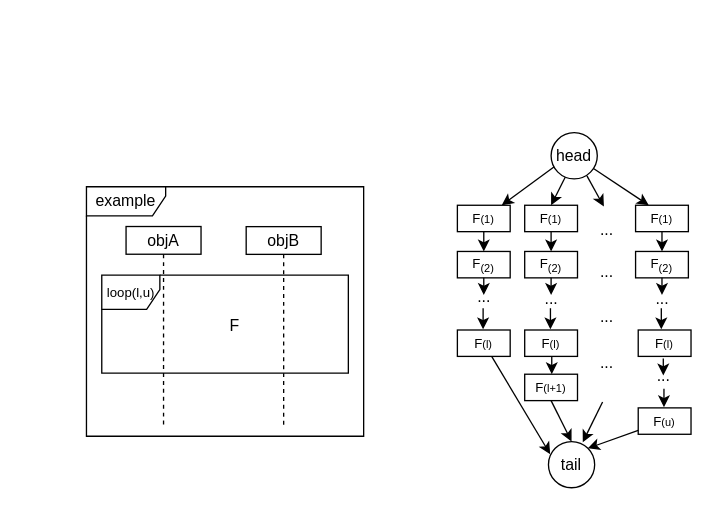
Before: loop.drawio in ShiYufei0708/draw, a draw.io diagram. Source tidied: cells renumbered, new cells numbered last; positions are measured from the earlier drawing's top-left corner, leaving out a move shared by most shapes. Both pictures are drawn from the tidied source at 132%, with x=0, y=0 at pixel (86, 132).
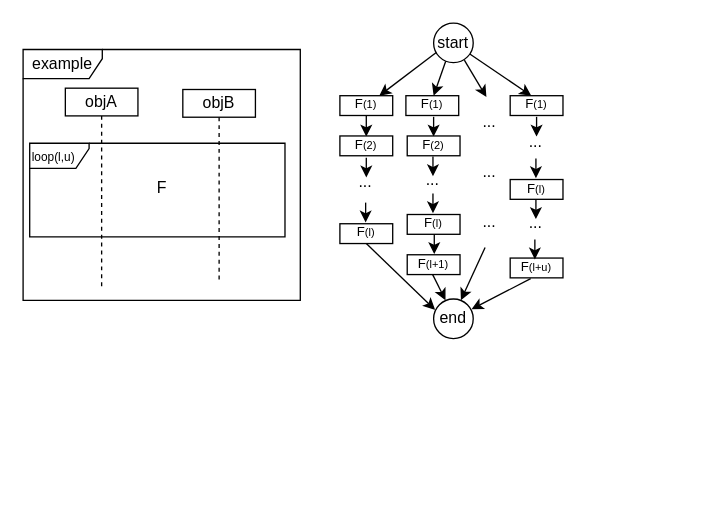
After the change.

The edit, as a diff of the source:
```diff
@@
     <mxCell id="3" style="rounded=0;jettySize=auto;html=1;exitX=0.776;exitY=0.934;exitDx=0;exitDy=0;exitPerimeter=0;" parent="1" edge="1" source="6">
       <mxGeometry relative="1" as="geometry">
-        <mxPoint x="392" y="56" as="targetPoint" />
+        <mxPoint x="303" y="-27" as="targetPoint" />
       </mxGeometry>
     </mxCell>
-    <mxCell id="4" style="rounded=0;jettySize=auto;html=1;exitX=0.305;exitY=0.964;exitDx=0;exitDy=0;entryX=0.5;entryY=0;entryDx=0;entryDy=0;exitPerimeter=0;" parent="1" edge="1" source="6" target="23">
-      <mxGeometry relative="1" as="geometry" />
+    <mxCell id="4" style="rounded=0;jettySize=auto;html=1;exitX=0.305;exitY=0.964;exitDx=0;exitDy=0;entryX=0.5;entryY=0;entryDx=0;entryDy=0;exitPerimeter=0;" parent="1" edge="1" source="6">
+      <mxGeometry relative="1" as="geometry">
+        <mxPoint x="263" y="-28" as="targetPoint" />
+      </mxGeometry>
     </mxCell>
-    <mxCell id="5" style="rounded=0;jettySize=auto;html=1;entryX=0.25;entryY=0;entryDx=0;entryDy=0;" parent="1" edge="1" source="6" target="32">
-      <mxGeometry relative="1" as="geometry" />
+    <mxCell id="5" style="rounded=0;jettySize=auto;html=1;entryX=0.25;entryY=0;entryDx=0;entryDy=0;" parent="1" edge="1" source="6">
+      <mxGeometry relative="1" as="geometry">
+        <mxPoint x="337" y="-28" as="targetPoint" />
+      </mxGeometry>
     </mxCell>
-    <mxCell id="6" value="head" style="ellipse;whiteSpace=wrap;html=1;" parent="1" vertex="1">
-      <mxGeometry x="352" width="35" height="35" as="geometry" />
+    <mxCell id="6" value="start" style="ellipse;whiteSpace=wrap;html=1;" parent="1" vertex="1">
+      <mxGeometry x="263" y="-83" width="30" height="30" as="geometry" />
     </mxCell>
-    <mxCell id="7" value="tail" style="ellipse;whiteSpace=wrap;html=1;" parent="1" vertex="1">
-      <mxGeometry x="350" y="234" width="35" height="35" as="geometry" />
+    <mxCell id="7" value="end" style="ellipse;whiteSpace=wrap;html=1;" parent="1" vertex="1">
+      <mxGeometry x="263" y="126" width="30" height="30" as="geometry" />
     </mxCell>
-    <mxCell id="8" style="edgeStyle=orthogonalEdgeStyle;rounded=0;jettySize=auto;html=1;exitX=0.5;exitY=1;exitDx=0;exitDy=0;entryX=0.5;entryY=0;entryDx=0;entryDy=0;" parent="1" edge="1" source="9" target="17">
-      <mxGeometry relative="1" as="geometry" />
+    <mxCell id="8" style="edgeStyle=orthogonalEdgeStyle;rounded=0;jettySize=auto;html=1;exitX=0.5;exitY=1;exitDx=0;exitDy=0;entryX=0.5;entryY=0;entryDx=0;entryDy=0;" parent="1" edge="1" source="9">
+      <mxGeometry relative="1" as="geometry">
+        <mxPoint x="212" y="3" as="targetPoint" />
+      </mxGeometry>
     </mxCell>
-    <mxCell id="9" value="&lt;span style=&quot;font-size: 10px;&quot;&gt;F&lt;/span&gt;&lt;span style=&quot;font-size: 8.33333px;&quot;&gt;(1)&lt;/span&gt;" style="rounded=0;whiteSpace=wrap;html=1;" parent="1" vertex="1">
-      <mxGeometry x="281" y="55" width="40" height="20" as="geometry" />
+    <mxCell id="9" value="&lt;span style=&quot;font-size: 10px;&quot;&gt;F&lt;/span&gt;&lt;span style=&quot;font-size: 8.33333px;&quot;&gt;(1)&lt;/span&gt;" style="rounded=0;whiteSpace=wrap;html=1;verticalAlign=bottom;" parent="1" vertex="1">
+      <mxGeometry x="192" y="-28" width="40" height="15" as="geometry" />
     </mxCell>
-    <mxCell id="10" style="rounded=0;jettySize=auto;html=1;entryX=0.5;entryY=0;entryDx=0;entryDy=0;exitX=0.5;exitY=1;exitDx=0;exitDy=0;" parent="1" edge="1" source="29" target="7">
-      <mxGeometry relative="1" as="geometry" />
+    <mxCell id="10" style="rounded=0;orthogonalLoop=1;jettySize=auto;html=1;" parent="1" edge="1">
+      <mxGeometry relative="1" as="geometry">
+        <mxPoint x="262" y="107" as="sourcePoint" />
+        <mxPoint x="272" y="127" as="targetPoint" />
+      </mxGeometry>
     </mxCell>
     <mxCell id="11" style="group;" parent="1" vertex="1">
-      <mxGeometry y="41" width="210" height="189" as="geometry" />
+      <mxGeometry x="-48" y="-63" width="210" height="190" as="geometry" />
     </mxCell>
     <mxCell id="12" value="objA" style="shape=umlLifeline;perimeter=lifelinePerimeter;whiteSpace=wrap;html=1;newEdgeStyle={&quot;curved&quot;:0,&quot;rounded&quot;:0};size=21;" parent="11" vertex="1">
-      <mxGeometry x="30" y="30.1" width="56.8" height="150.1" as="geometry" />
+      <mxGeometry x="32" y="29.3" width="55" height="150.9" as="geometry" />
     </mxCell>
-    <mxCell id="13" value="&lt;font style=&quot;font-size: 10px;&quot;&gt;loop(l,u)&lt;/font&gt;" style="shape=umlFrame;whiteSpace=wrap;html=1;width=44;height=26;" parent="11" vertex="1">
-      <mxGeometry x="11.6" y="66.9" width="186.8" height="74.3" as="geometry" />
+    <mxCell id="13" value="&lt;font style=&quot;font-size: 9px;&quot;&gt;loop(l,u)&lt;/font&gt;" style="shape=umlFrame;whiteSpace=wrap;html=1;width=45;height=19;fillColor=default;align=left;" parent="11" vertex="1">
+      <mxGeometry x="5" y="71" width="193.4" height="71" as="geometry" />
     </mxCell>
     <mxCell id="14" value="example" style="shape=umlFrame;whiteSpace=wrap;html=1;width=60;height=22;" parent="11" vertex="1">
-      <mxGeometry width="210" height="189" as="geometry" />
+      <mxGeometry width="210" height="190" as="geometry" />
     </mxCell>
     <mxCell id="15" value="F" style="text;html=1;align=center;verticalAlign=middle;strokeColor=none;fillColor=none;" parent="11" vertex="1">
-      <mxGeometry x="99" y="92.7" width="25" height="26" as="geometry" />
+      <mxGeometry x="92.5" y="91.5" width="25" height="26" as="geometry" />
     </mxCell>
     <mxCell id="16" value="objB" style="shape=umlLifeline;perimeter=lifelinePerimeter;whiteSpace=wrap;html=1;newEdgeStyle={&quot;curved&quot;:0,&quot;rounded&quot;:0};size=21;" parent="11" vertex="1">
-      <mxGeometry x="121" y="30.2" width="56.8" height="150.1" as="geometry" />
+      <mxGeometry x="121" y="30.3" width="55" height="146.3" as="geometry" />
     </mxCell>
-    <mxCell id="17" value="F&lt;sub&gt;(2)&lt;/sub&gt;" style="rounded=0;whiteSpace=wrap;html=1;fontSize=10;" parent="1" vertex="1">
-      <mxGeometry x="281" y="90" width="40" height="20" as="geometry" />
-    </mxCell>
     <mxCell id="18" style="edgeStyle=orthogonalEdgeStyle;rounded=0;orthogonalLoop=1;jettySize=auto;html=1;exitX=0.5;exitY=1;exitDx=0;exitDy=0;" parent="1" edge="1">
       <mxGeometry relative="1" as="geometry">
-        <mxPoint x="300.5" y="133" as="sourcePoint" />
-        <mxPoint x="300.5" y="149" as="targetPoint" />
+        <mxPoint x="211.5" y="53" as="sourcePoint" />
+        <mxPoint x="211.5" y="68" as="targetPoint" />
       </mxGeometry>
     </mxCell>
-    <mxCell id="19" style="rounded=0;jettySize=auto;html=1;exitX=0.5;exitY=1;exitDx=0;exitDy=0;" parent="1" edge="1" source="17">
+    <mxCell id="19" style="rounded=0;orthogonalLoop=1;jettySize=auto;html=1;exitX=0.5;exitY=1;exitDx=0;exitDy=0;" parent="1" edge="1">
       <mxGeometry relative="1" as="geometry">
-        <mxPoint x="301" y="123" as="targetPoint" />
+        <mxPoint x="212" y="19" as="sourcePoint" />
+        <mxPoint x="212" y="34" as="targetPoint" />
       </mxGeometry>
     </mxCell>
-    <mxCell id="20" style="rounded=0;jettySize=auto;html=1;entryX=0.037;entryY=0.274;entryDx=0;entryDy=0;entryPerimeter=0;" parent="1" edge="1" source="21" target="7">
+    <mxCell id="20" style="rounded=0;jettySize=auto;html=1;entryX=0.037;entryY=0.274;entryDx=0;entryDy=0;entryPerimeter=0;exitX=0.5;exitY=1;exitDx=0;exitDy=0;" parent="1" edge="1" source="52" target="7">
       <mxGeometry relative="1" as="geometry" />
     </mxCell>
-    <mxCell id="21" value="&lt;span style=&quot;font-size: 10px;&quot;&gt;F&lt;/span&gt;&lt;span style=&quot;font-size: 8.33333px;&quot;&gt;(l)&lt;/span&gt;" style="rounded=0;whiteSpace=wrap;html=1;" parent="1" vertex="1">
-      <mxGeometry x="281" y="149.5" width="40" height="20" as="geometry" />
-    </mxCell>
-    <mxCell id="22" style="edgeStyle=orthogonalEdgeStyle;rounded=0;jettySize=auto;html=1;exitX=0.5;exitY=1;exitDx=0;exitDy=0;entryX=0.5;entryY=0;entryDx=0;entryDy=0;" parent="1" edge="1" source="23" target="24">
-      <mxGeometry relative="1" as="geometry" />
+    <mxCell id="22" style="edgeStyle=orthogonalEdgeStyle;rounded=0;orthogonalLoop=1;jettySize=auto;html=1;exitX=0.5;exitY=1;exitDx=0;exitDy=0;entryX=0.5;entryY=0;entryDx=0;entryDy=0;" parent="1" edge="1">
+      <mxGeometry relative="1" as="geometry">
+        <mxPoint x="263" y="-12" as="sourcePoint" />
+        <mxPoint x="263" y="3" as="targetPoint" />
+      </mxGeometry>
     </mxCell>
-    <mxCell id="23" value="&lt;span style=&quot;font-size: 10px;&quot;&gt;F&lt;/span&gt;&lt;span style=&quot;font-size: 8.33333px;&quot;&gt;(1)&lt;/span&gt;" style="rounded=0;whiteSpace=wrap;html=1;" parent="1" vertex="1">
-      <mxGeometry x="332" y="55" width="40" height="20" as="geometry" />
-    </mxCell>
-    <mxCell id="24" value="F&lt;sub&gt;(2)&lt;/sub&gt;" style="rounded=0;whiteSpace=wrap;html=1;fontSize=10;" parent="1" vertex="1">
-      <mxGeometry x="332" y="90" width="40" height="20" as="geometry" />
-    </mxCell>
     <mxCell id="25" style="edgeStyle=orthogonalEdgeStyle;rounded=0;orthogonalLoop=1;jettySize=auto;html=1;exitX=0.5;exitY=1;exitDx=0;exitDy=0;" parent="1" edge="1">
       <mxGeometry relative="1" as="geometry">
-        <mxPoint x="351.5" y="133" as="sourcePoint" />
-        <mxPoint x="351.5" y="149" as="targetPoint" />
+        <mxPoint x="262.5" y="18" as="sourcePoint" />
+        <mxPoint x="262.5" y="33" as="targetPoint" />
       </mxGeometry>
     </mxCell>
-    <mxCell id="26" style="rounded=0;jettySize=auto;html=1;exitX=0.5;exitY=1;exitDx=0;exitDy=0;" parent="1" edge="1" source="24">
-      <mxGeometry relative="1" as="geometry">
-        <mxPoint x="352" y="123" as="targetPoint" />
-      </mxGeometry>
-    </mxCell>
-    <mxCell id="27" value="&lt;span style=&quot;font-size: 10px;&quot;&gt;F&lt;/span&gt;&lt;span style=&quot;font-size: 8.33333px;&quot;&gt;(l)&lt;/span&gt;" style="rounded=0;whiteSpace=wrap;html=1;" parent="1" vertex="1">
-      <mxGeometry x="332" y="149.5" width="40" height="20" as="geometry" />
-    </mxCell>
     <mxCell id="28" style="edgeStyle=orthogonalEdgeStyle;rounded=0;orthogonalLoop=1;jettySize=auto;html=1;exitX=0.5;exitY=1;exitDx=0;exitDy=0;" parent="1" edge="1">
       <mxGeometry relative="1" as="geometry">
-        <mxPoint x="352.5" y="169.5" as="sourcePoint" />
-        <mxPoint x="352.5" y="183" as="targetPoint" />
+        <mxPoint x="263.5" y="76" as="sourcePoint" />
+        <mxPoint x="263.5" y="92" as="targetPoint" />
       </mxGeometry>
     </mxCell>
-    <mxCell id="29" value="&lt;span style=&quot;font-size: 10px;&quot;&gt;F&lt;/span&gt;&lt;span style=&quot;font-size: 8.33333px;&quot;&gt;(l+1)&lt;/span&gt;" style="rounded=0;whiteSpace=wrap;html=1;" parent="1" vertex="1">
-      <mxGeometry x="332" y="183" width="40" height="20" as="geometry" />
-    </mxCell>
     <mxCell id="30" value="..." style="text;html=1;align=center;verticalAlign=middle;strokeColor=none;fillColor=none;" parent="1" vertex="1">
-      <mxGeometry x="380" y="61" width="28" height="26" as="geometry" />
+      <mxGeometry x="291" y="-21" width="28" height="26" as="geometry" />
     </mxCell>
-    <mxCell id="31" style="edgeStyle=orthogonalEdgeStyle;rounded=0;jettySize=auto;html=1;exitX=0.5;exitY=1;exitDx=0;exitDy=0;entryX=0.5;entryY=0;entryDx=0;entryDy=0;" parent="1" edge="1" source="32" target="33">
-      <mxGeometry relative="1" as="geometry" />
-    </mxCell>
-    <mxCell id="32" value="&lt;span style=&quot;font-size: 10px;&quot;&gt;F&lt;/span&gt;&lt;span style=&quot;font-size: 8.33333px;&quot;&gt;(1)&lt;/span&gt;" style="rounded=0;whiteSpace=wrap;html=1;" parent="1" vertex="1">
-      <mxGeometry x="416" y="55" width="40" height="20" as="geometry" />
-    </mxCell>
-    <mxCell id="33" value="F&lt;sub&gt;(2)&lt;/sub&gt;" style="rounded=0;whiteSpace=wrap;html=1;fontSize=10;" parent="1" vertex="1">
-      <mxGeometry x="416" y="90" width="40" height="20" as="geometry" />
-    </mxCell>
-    <mxCell id="34" style="edgeStyle=orthogonalEdgeStyle;rounded=0;orthogonalLoop=1;jettySize=auto;html=1;exitX=0.5;exitY=1;exitDx=0;exitDy=0;" parent="1" edge="1">
-      <mxGeometry relative="1" as="geometry">
-        <mxPoint x="435.5" y="133" as="sourcePoint" />
-        <mxPoint x="435.5" y="149" as="targetPoint" />
-      </mxGeometry>
-    </mxCell>
-    <mxCell id="35" style="rounded=0;jettySize=auto;html=1;exitX=0.5;exitY=1;exitDx=0;exitDy=0;" parent="1" edge="1" source="33">
-      <mxGeometry relative="1" as="geometry">
-        <mxPoint x="436" y="123" as="targetPoint" />
-      </mxGeometry>
-    </mxCell>
-    <mxCell id="36" value="&lt;span style=&quot;font-size: 10px;&quot;&gt;F&lt;/span&gt;&lt;span style=&quot;font-size: 8.33333px;&quot;&gt;(l)&lt;/span&gt;" style="rounded=0;whiteSpace=wrap;html=1;" parent="1" vertex="1">
-      <mxGeometry x="418" y="149.5" width="40" height="20" as="geometry" />
-    </mxCell>
-    <mxCell id="37" style="edgeStyle=orthogonalEdgeStyle;rounded=0;orthogonalLoop=1;jettySize=auto;html=1;exitX=0.5;exitY=1;exitDx=0;exitDy=0;" parent="1" edge="1">
-      <mxGeometry relative="1" as="geometry">
-        <mxPoint x="437.5" y="194" as="sourcePoint" />
-        <mxPoint x="437.5" y="208" as="targetPoint" />
-      </mxGeometry>
-    </mxCell>
-    <mxCell id="38" value="&lt;span style=&quot;font-size: 10px;&quot;&gt;F&lt;/span&gt;&lt;span style=&quot;font-size: 8.33333px;&quot;&gt;(u)&lt;/span&gt;" style="rounded=0;whiteSpace=wrap;html=1;" parent="1" vertex="1">
-      <mxGeometry x="418" y="208.5" width="40" height="20" as="geometry" />
-    </mxCell>
-    <mxCell id="39" value="..." style="text;html=1;align=center;verticalAlign=middle;strokeColor=none;fillColor=none;" parent="1" vertex="1">
-      <mxGeometry x="423" y="172" width="28" height="26" as="geometry" />
-    </mxCell>
-    <mxCell id="40" style="rounded=0;orthogonalLoop=1;jettySize=auto;html=1;exitX=0.5;exitY=1;exitDx=0;exitDy=0;jumpSize=11;" parent="1" edge="1">
-      <mxGeometry relative="1" as="geometry">
-        <mxPoint x="437" y="171" as="sourcePoint" />
-        <mxPoint x="437" y="184" as="targetPoint" />
-      </mxGeometry>
-    </mxCell>
     <mxCell id="41" value="..." style="text;html=1;align=center;verticalAlign=middle;strokeColor=none;fillColor=none;" parent="1" vertex="1">
-      <mxGeometry x="380" y="93" width="28" height="26" as="geometry" />
+      <mxGeometry x="291" y="17" width="28" height="26" as="geometry" />
     </mxCell>
     <mxCell id="42" value="..." style="text;html=1;align=center;verticalAlign=middle;strokeColor=none;fillColor=none;" parent="1" vertex="1">
-      <mxGeometry x="380" y="127" width="28" height="26" as="geometry" />
+      <mxGeometry x="291" y="55" width="28" height="26" as="geometry" />
     </mxCell>
-    <mxCell id="43" style="rounded=0;jettySize=auto;html=1;entryX=1;entryY=0;entryDx=0;entryDy=0;" parent="1" edge="1" source="38" target="7">
+    <mxCell id="43" style="rounded=0;jettySize=auto;html=1;entryX=0.956;entryY=0.259;entryDx=0;entryDy=0;exitX=0.388;exitY=1.041;exitDx=0;exitDy=0;exitPerimeter=0;entryPerimeter=0;" parent="1" edge="1" source="60" target="7">
       <mxGeometry relative="1" as="geometry" />
     </mxCell>
     <mxCell id="44" value="..." style="text;html=1;align=center;verticalAlign=middle;strokeColor=none;fillColor=none;" parent="1" vertex="1">
-      <mxGeometry x="287" y="112" width="28" height="26" as="geometry" />
+      <mxGeometry x="197" y="25" width="28" height="26" as="geometry" />
     </mxCell>
-    <mxCell id="45" value="..." style="text;html=1;align=center;verticalAlign=middle;strokeColor=none;fillColor=none;" parent="1" vertex="1">
-      <mxGeometry x="338" y="113" width="28" height="26" as="geometry" />
-    </mxCell>
-    <mxCell id="46" value="..." style="text;html=1;align=center;verticalAlign=middle;strokeColor=none;fillColor=none;" parent="1" vertex="1">
-      <mxGeometry x="422" y="113" width="28" height="26" as="geometry" />
-    </mxCell>
-    <mxCell id="47" style="rounded=0;orthogonalLoop=1;jettySize=auto;html=1;" parent="1" edge="1">
+    <mxCell id="47" style="rounded=0;jettySize=auto;html=1;entryX=0.689;entryY=0.03;entryDx=0;entryDy=0;entryPerimeter=0;" parent="1" edge="1" target="7">
       <mxGeometry relative="1" as="geometry">
-        <mxPoint x="391" y="204" as="sourcePoint" />
-        <mxPoint x="376" y="234.5" as="targetPoint" />
+        <mxPoint x="302" y="87" as="sourcePoint" />
       </mxGeometry>
     </mxCell>
-    <mxCell id="48" value="..." style="text;html=1;align=center;verticalAlign=middle;strokeColor=none;fillColor=none;" parent="1" vertex="1">
-      <mxGeometry x="380" y="162" width="28" height="26" as="geometry" />
-    </mxCell>
+    <mxCell id="49" value="..." style="text;html=1;align=center;verticalAlign=middle;strokeColor=none;fillColor=none;" parent="1" vertex="1">
+      <mxGeometry x="248" y="23" width="28" height="26" as="geometry" />
+    </mxCell>
+    <mxCell id="50" value="&lt;span style=&quot;font-size: 10px;&quot;&gt;F&lt;/span&gt;&lt;span style=&quot;font-size: 8.33333px;&quot;&gt;(1)&lt;/span&gt;" style="rounded=0;whiteSpace=wrap;html=1;verticalAlign=bottom;" parent="1" vertex="1">
+      <mxGeometry x="242" y="-28" width="40" height="15" as="geometry" />
+    </mxCell>
+    <mxCell id="51" value="&lt;span style=&quot;font-size: 10px;&quot;&gt;F&lt;/span&gt;&lt;span style=&quot;font-size: 8.33333px;&quot;&gt;(2)&lt;/span&gt;" style="rounded=0;whiteSpace=wrap;html=1;verticalAlign=bottom;" parent="1" vertex="1">
+      <mxGeometry x="192" y="2.5" width="40" height="15" as="geometry" />
+    </mxCell>
+    <mxCell id="52" value="&lt;span style=&quot;font-size: 10px;&quot;&gt;F&lt;/span&gt;&lt;span style=&quot;font-size: 8.33333px;&quot;&gt;(l)&lt;/span&gt;" style="rounded=0;whiteSpace=wrap;html=1;verticalAlign=bottom;" parent="1" vertex="1">
+      <mxGeometry x="192" y="69" width="40" height="15" as="geometry" />
+    </mxCell>
+    <mxCell id="53" value="&lt;span style=&quot;font-size: 10px;&quot;&gt;F&lt;/span&gt;&lt;span style=&quot;font-size: 8.33333px;&quot;&gt;(2)&lt;/span&gt;" style="rounded=0;whiteSpace=wrap;html=1;verticalAlign=bottom;" parent="1" vertex="1">
+      <mxGeometry x="243" y="2.5" width="40" height="15" as="geometry" />
+    </mxCell>
+    <mxCell id="54" value="&lt;span style=&quot;font-size: 10px;&quot;&gt;F&lt;/span&gt;&lt;span style=&quot;font-size: 8.33333px;&quot;&gt;(l)&lt;/span&gt;" style="rounded=0;whiteSpace=wrap;html=1;verticalAlign=bottom;" parent="1" vertex="1">
+      <mxGeometry x="243" y="62" width="40" height="15" as="geometry" />
+    </mxCell>
+    <mxCell id="29" value="&lt;span style=&quot;font-size: 10px;&quot;&gt;F&lt;/span&gt;&lt;span style=&quot;font-size: 8.33333px;&quot;&gt;(l+1)&lt;/span&gt;" style="rounded=0;whiteSpace=wrap;html=1;verticalAlign=bottom;" parent="1" vertex="1">
+      <mxGeometry x="243" y="92.5" width="40" height="15" as="geometry" />
+    </mxCell>
+    <mxCell id="55" style="edgeStyle=orthogonalEdgeStyle;rounded=0;orthogonalLoop=1;jettySize=auto;html=1;exitX=0.5;exitY=1;exitDx=0;exitDy=0;" parent="1" edge="1">
+      <mxGeometry relative="1" as="geometry">
+        <mxPoint x="262.5" y="46" as="sourcePoint" />
+        <mxPoint x="262.5" y="61" as="targetPoint" />
+      </mxGeometry>
+    </mxCell>
+    <mxCell id="56" value="&lt;span style=&quot;font-size: 10px;&quot;&gt;F&lt;/span&gt;&lt;span style=&quot;font-size: 8.33333px;&quot;&gt;(1)&lt;/span&gt;" style="rounded=0;whiteSpace=wrap;html=1;verticalAlign=bottom;" parent="1" vertex="1">
+      <mxGeometry x="321" y="-28" width="40" height="15" as="geometry" />
+    </mxCell>
+    <mxCell id="57" style="edgeStyle=orthogonalEdgeStyle;rounded=0;orthogonalLoop=1;jettySize=auto;html=1;exitX=0.5;exitY=1;exitDx=0;exitDy=0;entryX=0.5;entryY=0;entryDx=0;entryDy=0;" parent="1" edge="1">
+      <mxGeometry relative="1" as="geometry">
+        <mxPoint x="341" y="-12" as="sourcePoint" />
+        <mxPoint x="341" y="3" as="targetPoint" />
+      </mxGeometry>
+    </mxCell>
+    <mxCell id="58" style="edgeStyle=orthogonalEdgeStyle;rounded=0;orthogonalLoop=1;jettySize=auto;html=1;exitX=0.5;exitY=1;exitDx=0;exitDy=0;" parent="1" edge="1">
+      <mxGeometry relative="1" as="geometry">
+        <mxPoint x="340.5" y="49.5" as="sourcePoint" />
+        <mxPoint x="340.5" y="65.5" as="targetPoint" />
+      </mxGeometry>
+    </mxCell>
+    <mxCell id="59" value="&lt;span style=&quot;font-size: 10px;&quot;&gt;F&lt;/span&gt;&lt;span style=&quot;font-size: 8.33333px;&quot;&gt;(l)&lt;/span&gt;" style="rounded=0;whiteSpace=wrap;html=1;verticalAlign=bottom;" parent="1" vertex="1">
+      <mxGeometry x="321" y="35.5" width="40" height="15" as="geometry" />
+    </mxCell>
+    <mxCell id="60" value="&lt;span style=&quot;font-size: 10px;&quot;&gt;F&lt;/span&gt;&lt;span style=&quot;font-size: 8.33333px;&quot;&gt;(l+u)&lt;/span&gt;" style="rounded=0;whiteSpace=wrap;html=1;verticalAlign=bottom;" parent="1" vertex="1">
+      <mxGeometry x="321" y="95" width="40" height="15" as="geometry" />
+    </mxCell>
+    <mxCell id="61" style="edgeStyle=orthogonalEdgeStyle;rounded=0;orthogonalLoop=1;jettySize=auto;html=1;exitX=0.5;exitY=1;exitDx=0;exitDy=0;" parent="1" edge="1">
+      <mxGeometry relative="1" as="geometry">
+        <mxPoint x="340.5" y="19.5" as="sourcePoint" />
+        <mxPoint x="340.5" y="34.5" as="targetPoint" />
+      </mxGeometry>
+    </mxCell>
+    <mxCell id="62" value="..." style="text;html=1;align=center;verticalAlign=middle;strokeColor=none;fillColor=none;" parent="1" vertex="1">
+      <mxGeometry x="326" y="-6" width="28" height="26" as="geometry" />
+    </mxCell>
+    <mxCell id="63" style="edgeStyle=orthogonalEdgeStyle;rounded=0;orthogonalLoop=1;jettySize=auto;html=1;exitX=0.5;exitY=1;exitDx=0;exitDy=0;" parent="1" edge="1">
+      <mxGeometry relative="1" as="geometry">
+        <mxPoint x="339.7" y="81" as="sourcePoint" />
+        <mxPoint x="339.7" y="96" as="targetPoint" />
+      </mxGeometry>
+    </mxCell>
+    <mxCell id="64" value="..." style="text;html=1;align=center;verticalAlign=middle;strokeColor=none;fillColor=none;" parent="1" vertex="1">
+      <mxGeometry x="326" y="56" width="28" height="26" as="geometry" />
+    </mxCell>
```
